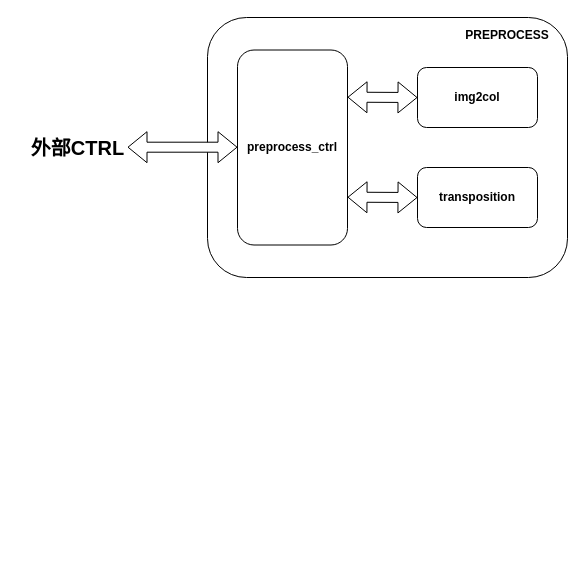
The draw.io diagram 未命名绘图.drawio in AQii77/drawio_SAVE, before the edit. Source tidied: cells renumbered, new cells numbered last; positions are measured from the earlier drawing's top-left corner, leaving out a move shared by most shapes. Both pictures are drawn from the tidied source at 100%, with x=0, y=0 at pixel (17, 17).
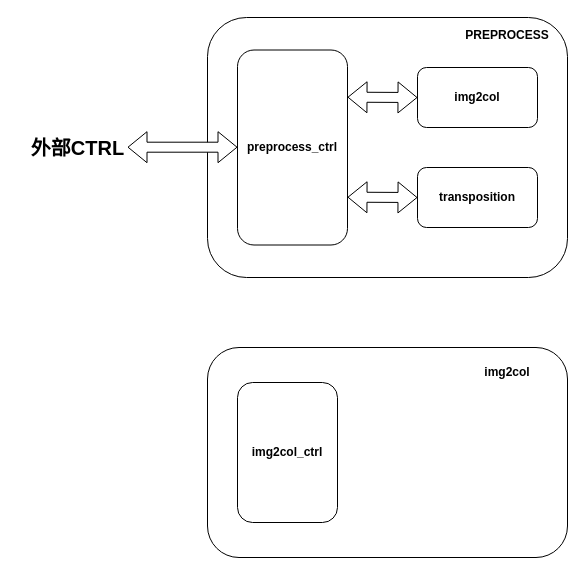
The same diagram, later.

Commit message:
更新未命名绘图.drawio

The edit, as a diff of the source:
```diff
@@
 <mxGraphModel>
   <root>
     <mxCell id="0" />
     <mxCell id="1" parent="0" />
     <mxCell id="2" style="rounded=1;whiteSpace=wrap;html=1;" parent="1" vertex="1">
       <mxGeometry x="190" width="360" height="260" as="geometry" />
     </mxCell>
     <mxCell id="3" value="&lt;b&gt;preprocess_ctrl&lt;/b&gt;" style="rounded=1;whiteSpace=wrap;html=1;" parent="1" vertex="1">
       <mxGeometry x="220" y="32.5" width="110" height="195" as="geometry" />
     </mxCell>
     <mxCell id="4" value="&lt;b&gt;img2col&lt;/b&gt;" style="rounded=1;whiteSpace=wrap;html=1;" parent="1" vertex="1">
       <mxGeometry x="400" y="50" width="120" height="60" as="geometry" />
     </mxCell>
     <mxCell id="5" value="&lt;b&gt;transposition&lt;/b&gt;" style="rounded=1;whiteSpace=wrap;html=1;" parent="1" vertex="1">
       <mxGeometry x="400" y="150" width="120" height="60" as="geometry" />
     </mxCell>
     <mxCell id="6" style="shape=flexArrow;endArrow=classic;startArrow=classic;html=1;rounded=0;fillColor=#FFFFFF;" parent="1" edge="1">
       <mxGeometry relative="1" as="geometry">
         <mxPoint x="110" y="129.7" as="sourcePoint" />
         <mxPoint x="220" y="129.7" as="targetPoint" />
       </mxGeometry>
     </mxCell>
     <mxCell id="7" style="shape=flexArrow;endArrow=classic;startArrow=classic;html=1;rounded=0;fillColor=#FFFFFF;" parent="1" edge="1">
       <mxGeometry relative="1" as="geometry">
         <mxPoint x="330" y="79.7" as="sourcePoint" />
         <mxPoint x="400" y="80" as="targetPoint" />
       </mxGeometry>
     </mxCell>
     <mxCell id="8" style="shape=flexArrow;endArrow=classic;startArrow=classic;html=1;rounded=0;fillColor=#FFFFFF;" parent="1" edge="1">
       <mxGeometry relative="1" as="geometry">
         <mxPoint x="330" y="179.7" as="sourcePoint" />
         <mxPoint x="400" y="180" as="targetPoint" />
       </mxGeometry>
     </mxCell>
     <mxCell id="9" value="&lt;b&gt;PREPROCESS&lt;/b&gt;" style="text;html=1;strokeColor=none;fillColor=none;align=center;verticalAlign=middle;whiteSpace=wrap;rounded=0;" parent="1" vertex="1">
       <mxGeometry x="460" y="2.5" width="60" height="30" as="geometry" />
     </mxCell>
     <mxCell id="10" value="&lt;b&gt;&lt;font style=&quot;font-size: 20px;&quot;&gt;外部CTRL&lt;/font&gt;&lt;/b&gt;" style="text;html=1;align=center;verticalAlign=middle;strokeColor=none;fillColor=none;" parent="1" vertex="1">
       <mxGeometry y="110" width="120" height="40" as="geometry" />
     </mxCell>
+    <mxCell id="11" style="rounded=1;whiteSpace=wrap;html=1;" parent="1" vertex="1">
+      <mxGeometry x="190" y="330" width="360" height="210" as="geometry" />
+    </mxCell>
+    <mxCell id="12" value="&lt;b style=&quot;border-color: var(--border-color);&quot;&gt;img2col&lt;/b&gt;" style="text;html=1;strokeColor=none;fillColor=none;align=center;verticalAlign=middle;whiteSpace=wrap;rounded=0;" parent="1" vertex="1">
+      <mxGeometry x="460" y="340" width="60" height="30" as="geometry" />
+    </mxCell>
+    <mxCell id="13" value="&lt;b&gt;img2col_ctrl&lt;/b&gt;" style="rounded=1;whiteSpace=wrap;html=1;" parent="1" vertex="1">
+      <mxGeometry x="220" y="365" width="100" height="140" as="geometry" />
+    </mxCell>
   </root>
 </mxGraphModel>
```
